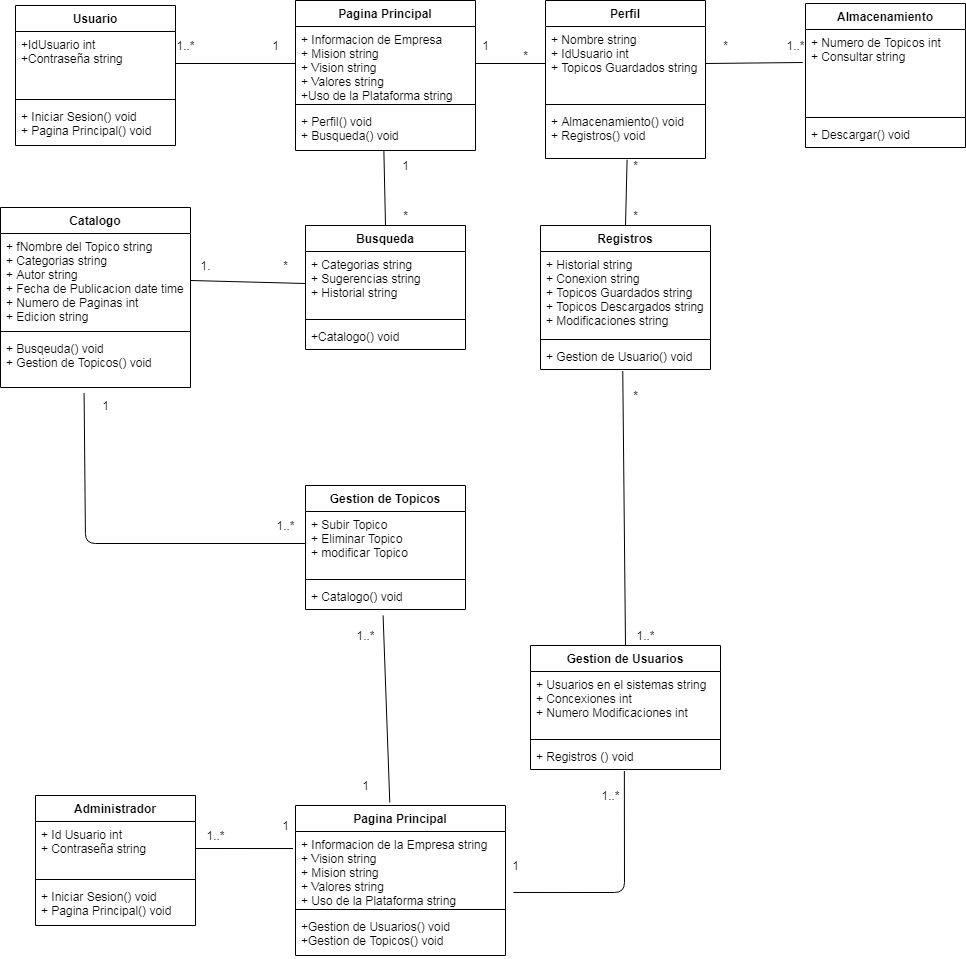
The draw.io diagram Diagramas/D_Clases.drawio.png in GuillermoSoria97/Analisis_Avanzado_de_Software, before a commit. Source tidied: cells renumbered, new cells last; positions are measured from the earlier drawing's top-left corner, leaving out a move shared by most shapes.
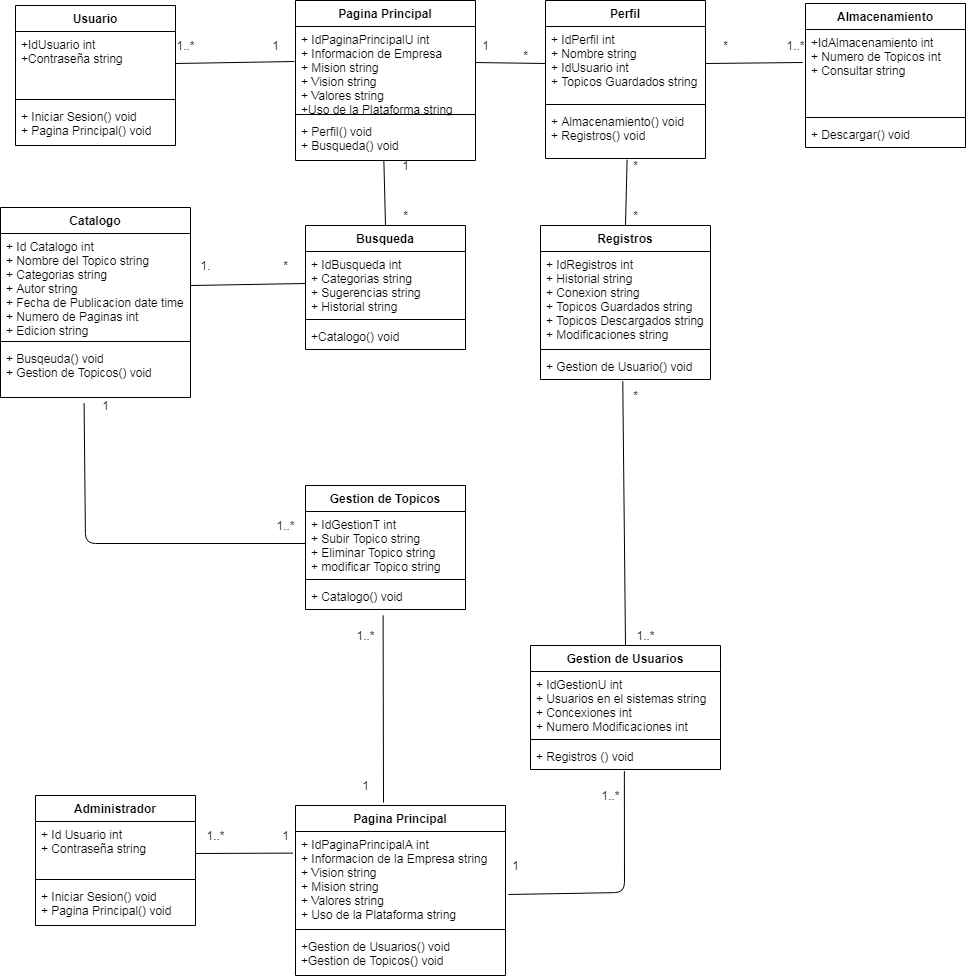
The same diagram one commit later.

Diff of the diagram source:
```diff
@@ -15,21 +15,21 @@
       <mxGeometry y="98" width="160" height="42" as="geometry" />
     </mxCell>
     <mxCell id="6" value="Pagina Principal" style="swimlane;fontStyle=1;align=center;verticalAlign=top;horizontal=1;startSize=26;" parent="1" vertex="1">
-      <mxGeometry x="295" width="180" height="150" as="geometry" />
+      <mxGeometry x="295" width="180" height="160" as="geometry" />
     </mxCell>
-    <mxCell id="7" value="+ Informacion de Empresa&#10;+ Mision string&#10;+ Vision string&#10;+ Valores string&#10;+Uso de la Plataforma string&#10;" style="text;strokeColor=none;fillColor=none;align=left;verticalAlign=top;spacingLeft=4;spacingRight=4;overflow=hidden;points=[[0,0.5],[1,0.5]];portConstraint=eastwest;" parent="6" vertex="1">
-      <mxGeometry y="26" width="180" height="74" as="geometry" />
+    <mxCell id="7" value="+ IdPaginaPrincipalU int&#10;+ Informacion de Empresa&#10;+ Mision string&#10;+ Vision string&#10;+ Valores string&#10;+Uso de la Plataforma string&#10;" style="text;strokeColor=none;fillColor=none;align=left;verticalAlign=top;spacingLeft=4;spacingRight=4;overflow=hidden;points=[[0,0.5],[1,0.5]];portConstraint=eastwest;" parent="6" vertex="1">
+      <mxGeometry y="26" width="180" height="84" as="geometry" />
     </mxCell>
     <mxCell id="8" style="line;strokeWidth=1;fillColor=none;align=left;verticalAlign=middle;spacingTop=-1;spacingLeft=3;spacingRight=3;labelPosition=right;" parent="6" vertex="1">
-      <mxGeometry y="100" width="180" height="8" as="geometry" />
+      <mxGeometry y="110" width="180" height="8" as="geometry" />
     </mxCell>
     <mxCell id="9" value="+ Perfil() void&#10;+ Busqueda() void" style="text;strokeColor=none;fillColor=none;align=left;verticalAlign=top;spacingLeft=4;spacingRight=4;overflow=hidden;points=[[0,0.5],[1,0.5]];portConstraint=eastwest;" parent="6" vertex="1">
-      <mxGeometry y="108" width="180" height="42" as="geometry" />
+      <mxGeometry y="118" width="180" height="42" as="geometry" />
     </mxCell>
     <mxCell id="10" value="Perfil" style="swimlane;fontStyle=1;align=center;verticalAlign=top;horizontal=1;startSize=26;" parent="1" vertex="1">
       <mxGeometry x="545" width="160" height="158" as="geometry" />
     </mxCell>
-    <mxCell id="11" value="+ Nombre string&#10;+ IdUsuario int&#10;+ Topicos Guardados string" style="text;strokeColor=none;fillColor=none;align=left;verticalAlign=top;spacingLeft=4;spacingRight=4;overflow=hidden;points=[[0,0.5],[1,0.5]];portConstraint=eastwest;" parent="10" vertex="1">
+    <mxCell id="11" value="+ IdPerfil int&#10;+ Nombre string&#10;+ IdUsuario int&#10;+ Topicos Guardados string" style="text;strokeColor=none;fillColor=none;align=left;verticalAlign=top;spacingLeft=4;spacingRight=4;overflow=hidden;points=[[0,0.5],[1,0.5]];portConstraint=eastwest;" parent="10" vertex="1">
       <mxGeometry y="26" width="160" height="74" as="geometry" />
     </mxCell>
     <mxCell id="12" style="line;strokeWidth=1;fillColor=none;align=left;verticalAlign=middle;spacingTop=-1;spacingLeft=3;spacingRight=3;labelPosition=right;" parent="10" vertex="1">
@@ -41,7 +41,7 @@
     <mxCell id="14" value="Almacenamiento" style="swimlane;fontStyle=1;align=center;verticalAlign=top;horizontal=1;startSize=26;" parent="1" vertex="1">
       <mxGeometry x="805" y="3" width="160" height="144" as="geometry" />
     </mxCell>
-    <mxCell id="15" value="+ Numero de Topicos int&#10;+ Consultar string&#10;" style="text;strokeColor=none;fillColor=none;align=left;verticalAlign=top;spacingLeft=4;spacingRight=4;overflow=hidden;points=[[0,0.5],[1,0.5]];portConstraint=eastwest;" parent="14" vertex="1">
+    <mxCell id="15" value="+IdAlmacenamiento int&#10;+ Numero de Topicos int&#10;+ Consultar string&#10;" style="text;strokeColor=none;fillColor=none;align=left;verticalAlign=top;spacingLeft=4;spacingRight=4;overflow=hidden;points=[[0,0.5],[1,0.5]];portConstraint=eastwest;" parent="14" vertex="1">
       <mxGeometry y="26" width="160" height="84" as="geometry" />
     </mxCell>
     <mxCell id="16" style="line;strokeWidth=1;fillColor=none;align=left;verticalAlign=middle;spacingTop=-1;spacingLeft=3;spacingRight=3;labelPosition=right;" parent="14" vertex="1">
@@ -51,16 +51,16 @@
       <mxGeometry y="118" width="160" height="26" as="geometry" />
     </mxCell>
     <mxCell id="18" value="Catalogo" style="swimlane;fontStyle=1;align=center;verticalAlign=top;horizontal=1;startSize=26;" parent="1" vertex="1">
-      <mxGeometry y="207" width="190" height="180" as="geometry" />
+      <mxGeometry y="207" width="190" height="190" as="geometry" />
     </mxCell>
-    <mxCell id="19" value="+ fNombre del Topico string&#10;+ Categorias string&#10;+ Autor string&#10;+ Fecha de Publicacion date time&#10;+ Numero de Paginas int&#10;+ Edicion string" style="text;strokeColor=none;fillColor=none;align=left;verticalAlign=top;spacingLeft=4;spacingRight=4;overflow=hidden;points=[[0,0.5],[1,0.5]];portConstraint=eastwest;" parent="18" vertex="1">
-      <mxGeometry y="26" width="190" height="94" as="geometry" />
+    <mxCell id="19" value="+ Id Catalogo int&#10;+ Nombre del Topico string&#10;+ Categorias string&#10;+ Autor string&#10;+ Fecha de Publicacion date time&#10;+ Numero de Paginas int&#10;+ Edicion string" style="text;strokeColor=none;fillColor=none;align=left;verticalAlign=top;spacingLeft=4;spacingRight=4;overflow=hidden;points=[[0,0.5],[1,0.5]];portConstraint=eastwest;" parent="18" vertex="1">
+      <mxGeometry y="26" width="190" height="104" as="geometry" />
     </mxCell>
     <mxCell id="20" style="line;strokeWidth=1;fillColor=none;align=left;verticalAlign=middle;spacingTop=-1;spacingLeft=3;spacingRight=3;labelPosition=right;" parent="18" vertex="1">
-      <mxGeometry y="120" width="190" height="8" as="geometry" />
+      <mxGeometry y="130" width="190" height="8" as="geometry" />
     </mxCell>
     <mxCell id="21" value="+ Busqeuda() void&#10;+ Gestion de Topicos() void" style="text;strokeColor=none;fillColor=none;align=left;verticalAlign=top;spacingLeft=4;spacingRight=4;overflow=hidden;points=[[0,0.5],[1,0.5]];portConstraint=eastwest;" parent="18" vertex="1">
-      <mxGeometry y="128" width="190" height="52" as="geometry" />
+      <mxGeometry y="138" width="190" height="52" as="geometry" />
     </mxCell>
     <mxCell id="22" value="Administrador" style="swimlane;fontStyle=1;align=center;verticalAlign=top;horizontal=1;startSize=26;" parent="1" vertex="1">
       <mxGeometry x="35" y="795" width="160" height="130" as="geometry" />
@@ -77,7 +77,7 @@
     <mxCell id="26" value="Busqueda" style="swimlane;fontStyle=1;align=center;verticalAlign=top;horizontal=1;startSize=26;" parent="1" vertex="1">
       <mxGeometry x="305" y="225" width="160" height="124" as="geometry" />
     </mxCell>
-    <mxCell id="27" value="+ Categorias string&#10;+ Sugerencias string&#10;+ Historial string" style="text;strokeColor=none;fillColor=none;align=left;verticalAlign=top;spacingLeft=4;spacingRight=4;overflow=hidden;points=[[0,0.5],[1,0.5]];portConstraint=eastwest;" parent="26" vertex="1">
+    <mxCell id="27" value="+ IdBusqueda int&#10;+ Categorias string&#10;+ Sugerencias string&#10;+ Historial string" style="text;strokeColor=none;fillColor=none;align=left;verticalAlign=top;spacingLeft=4;spacingRight=4;overflow=hidden;points=[[0,0.5],[1,0.5]];portConstraint=eastwest;" parent="26" vertex="1">
       <mxGeometry y="26" width="160" height="64" as="geometry" />
     </mxCell>
     <mxCell id="28" style="line;strokeWidth=1;fillColor=none;align=left;verticalAlign=middle;spacingTop=-1;spacingLeft=3;spacingRight=3;labelPosition=right;" parent="26" vertex="1">
@@ -87,33 +87,33 @@
       <mxGeometry y="98" width="160" height="26" as="geometry" />
     </mxCell>
     <mxCell id="30" value="Registros" style="swimlane;fontStyle=1;align=center;verticalAlign=top;horizontal=1;startSize=26;" parent="1" vertex="1">
-      <mxGeometry x="540" y="225" width="170" height="144" as="geometry" />
+      <mxGeometry x="540" y="225" width="170" height="154" as="geometry" />
     </mxCell>
-    <mxCell id="31" value="+ Historial string&#10;+ Conexion string&#10;+ Topicos Guardados string&#10;+ Topicos Descargados string&#10;+ Modificaciones string" style="text;strokeColor=none;fillColor=none;align=left;verticalAlign=top;spacingLeft=4;spacingRight=4;overflow=hidden;" parent="30" vertex="1">
-      <mxGeometry y="26" width="170" height="84" as="geometry" />
+    <mxCell id="31" value="+ IdRegistros int&#10;+ Historial string&#10;+ Conexion string&#10;+ Topicos Guardados string&#10;+ Topicos Descargados string&#10;+ Modificaciones string" style="text;strokeColor=none;fillColor=none;align=left;verticalAlign=top;spacingLeft=4;spacingRight=4;overflow=hidden;" parent="30" vertex="1">
+      <mxGeometry y="26" width="170" height="94" as="geometry" />
     </mxCell>
     <mxCell id="32" style="line;strokeWidth=1;fillColor=none;align=left;verticalAlign=middle;spacingTop=-1;spacingLeft=3;spacingRight=3;labelPosition=right;" parent="30" vertex="1">
-      <mxGeometry y="110" width="170" height="8" as="geometry" />
+      <mxGeometry y="120" width="170" height="8" as="geometry" />
     </mxCell>
     <mxCell id="33" value="+ Gestion de Usuario() void" style="text;strokeColor=none;fillColor=none;align=left;verticalAlign=top;spacingLeft=4;spacingRight=4;overflow=hidden;points=[[0,0.5],[1,0.5]];portConstraint=eastwest;" parent="30" vertex="1">
-      <mxGeometry y="118" width="170" height="26" as="geometry" />
+      <mxGeometry y="128" width="170" height="26" as="geometry" />
     </mxCell>
     <mxCell id="34" value="Pagina Principal" style="swimlane;fontStyle=1;align=center;verticalAlign=top;horizontal=1;startSize=26;" parent="1" vertex="1">
-      <mxGeometry x="295" y="805" width="210" height="150" as="geometry" />
+      <mxGeometry x="295" y="805" width="210" height="170" as="geometry" />
     </mxCell>
-    <mxCell id="35" value="+ Informacion de la Empresa string&#10;+ Vision string&#10;+ Mision string&#10;+ Valores string&#10;+ Uso de la Plataforma string" style="text;strokeColor=none;fillColor=none;align=left;verticalAlign=top;spacingLeft=4;spacingRight=4;overflow=hidden;points=[[0,0.5],[1,0.5]];portConstraint=eastwest;" parent="34" vertex="1">
-      <mxGeometry y="26" width="210" height="74" as="geometry" />
+    <mxCell id="35" value="+ IdPaginaPrincipalA int&#10;+ Informacion de la Empresa string&#10;+ Vision string&#10;+ Mision string&#10;+ Valores string&#10;+ Uso de la Plataforma string" style="text;strokeColor=none;fillColor=none;align=left;verticalAlign=top;spacingLeft=4;spacingRight=4;overflow=hidden;points=[[0,0.5],[1,0.5]];portConstraint=eastwest;" parent="34" vertex="1">
+      <mxGeometry y="26" width="210" height="94" as="geometry" />
     </mxCell>
     <mxCell id="36" style="line;strokeWidth=1;fillColor=none;align=left;verticalAlign=middle;spacingTop=-1;spacingLeft=3;spacingRight=3;labelPosition=right;" parent="34" vertex="1">
-      <mxGeometry y="100" width="210" height="8" as="geometry" />
+      <mxGeometry y="120" width="210" height="8" as="geometry" />
     </mxCell>
     <mxCell id="37" value="+Gestion de Usuarios() void&#10;+Gestion de Topicos() void" style="text;strokeColor=none;fillColor=none;align=left;verticalAlign=top;spacingLeft=4;spacingRight=4;overflow=hidden;" parent="34" vertex="1">
-      <mxGeometry y="108" width="210" height="42" as="geometry" />
+      <mxGeometry y="128" width="210" height="42" as="geometry" />
     </mxCell>
     <mxCell id="38" value="Gestion de Usuarios" style="swimlane;fontStyle=1;align=center;verticalAlign=top;horizontal=1;startSize=26;" parent="1" vertex="1">
       <mxGeometry x="530" y="645" width="190" height="124" as="geometry" />
     </mxCell>
-    <mxCell id="39" value="+ Usuarios en el sistemas string&#10;+ Concexiones int&#10;+ Numero Modificaciones int" style="text;strokeColor=none;fillColor=none;align=left;verticalAlign=top;spacingLeft=4;spacingRight=4;overflow=hidden;" parent="38" vertex="1">
+    <mxCell id="39" value="+ IdGestionU int&#10;+ Usuarios en el sistemas string&#10;+ Concexiones int&#10;+ Numero Modificaciones int" style="text;strokeColor=none;fillColor=none;align=left;verticalAlign=top;spacingLeft=4;spacingRight=4;overflow=hidden;" parent="38" vertex="1">
       <mxGeometry y="26" width="190" height="64" as="geometry" />
     </mxCell>
     <mxCell id="40" style="line;strokeWidth=1;fillColor=none;align=left;verticalAlign=middle;spacingTop=-1;spacingLeft=3;spacingRight=3;labelPosition=right;" parent="38" vertex="1">
@@ -125,7 +125,7 @@
     <mxCell id="42" value="Gestion de Topicos" style="swimlane;fontStyle=1;align=center;verticalAlign=top;horizontal=1;startSize=26;" parent="1" vertex="1">
       <mxGeometry x="305" y="485" width="160" height="124" as="geometry" />
     </mxCell>
-    <mxCell id="43" value="+ Subir Topico&#10;+ Eliminar Topico&#10;+ modificar Topico" style="text;strokeColor=none;fillColor=none;align=left;verticalAlign=top;spacingLeft=4;spacingRight=4;overflow=hidden;points=[[0,0.5],[1,0.5]];portConstraint=eastwest;" parent="42" vertex="1">
+    <mxCell id="43" value="+ IdGestionT int&#10;+ Subir Topico string&#10;+ Eliminar Topico string&#10;+ modificar Topico string" style="text;strokeColor=none;fillColor=none;align=left;verticalAlign=top;spacingLeft=4;spacingRight=4;overflow=hidden;points=[[0,0.5],[1,0.5]];portConstraint=eastwest;" parent="42" vertex="1">
       <mxGeometry y="26" width="160" height="64" as="geometry" />
     </mxCell>
     <mxCell id="44" style="line;strokeWidth=1;fillColor=none;align=left;verticalAlign=middle;spacingTop=-1;spacingLeft=3;spacingRight=3;labelPosition=right;" parent="42" vertex="1">
@@ -134,13 +134,13 @@
     <mxCell id="45" value="+ Catalogo() void" style="text;strokeColor=none;fillColor=none;align=left;verticalAlign=top;spacingLeft=4;spacingRight=4;overflow=hidden;points=[[0,0.5],[1,0.5]];portConstraint=eastwest;" parent="42" vertex="1">
       <mxGeometry y="98" width="160" height="26" as="geometry" />
     </mxCell>
-    <mxCell id="46" style="endArrow=none;html=1;exitX=1;exitY=0.5;exitDx=0;exitDy=0;entryX=0;entryY=0.5;entryDx=0;entryDy=0;" parent="1" edge="1" source="3" target="7">
+    <mxCell id="46" style="endArrow=none;html=1;exitX=1;exitY=0.5;exitDx=0;exitDy=0;entryX=-0.006;entryY=0.417;entryDx=0;entryDy=0;entryPerimeter=0;" parent="1" edge="1" source="3" target="7">
       <mxGeometry relative="1" as="geometry" />
     </mxCell>
     <mxCell id="47" style="endArrow=none;html=1;entryX=0.491;entryY=1.014;entryDx=0;entryDy=0;entryPerimeter=0;exitX=0.5;exitY=0;exitDx=0;exitDy=0;" parent="1" edge="1" source="26" target="9">
       <mxGeometry relative="1" as="geometry" />
     </mxCell>
-    <mxCell id="48" style="endArrow=none;html=1;exitX=0;exitY=0.5;exitDx=0;exitDy=0;entryX=1;entryY=0.5;entryDx=0;entryDy=0;" parent="1" edge="1" source="11" target="7">
+    <mxCell id="48" style="endArrow=none;html=1;exitX=0;exitY=0.5;exitDx=0;exitDy=0;entryX=1;entryY=0.429;entryDx=0;entryDy=0;entryPerimeter=0;" parent="1" edge="1" source="11" target="7">
       <mxGeometry relative="1" as="geometry" />
     </mxCell>
     <mxCell id="49" style="endArrow=none;html=1;entryX=0.51;entryY=1.023;entryDx=0;entryDy=0;entryPerimeter=0;exitX=0.5;exitY=0;exitDx=0;exitDy=0;" parent="1" edge="1" source="30" target="13">
@@ -152,8 +152,10 @@
     <mxCell id="51" style="endArrow=none;html=1;exitX=0.484;exitY=1.06;exitDx=0;exitDy=0;exitPerimeter=0;entryX=0.5;entryY=0;entryDx=0;entryDy=0;" parent="1" edge="1" source="33" target="38">
       <mxGeometry relative="1" as="geometry" />
     </mxCell>
-    <mxCell id="52" style="endArrow=none;html=1;exitX=1;exitY=0.5;exitDx=0;exitDy=0;entryX=-0.012;entryY=0.23;entryDx=0;entryDy=0;entryPerimeter=0;" parent="1" edge="1" source="23" target="35">
-      <mxGeometry relative="1" as="geometry" />
+    <mxCell id="52" style="endArrow=none;html=1;entryX=-0.012;entryY=0.23;entryDx=0;entryDy=0;entryPerimeter=0;" parent="1" edge="1" target="35">
+      <mxGeometry relative="1" as="geometry">
+        <mxPoint x="195" y="853" as="sourcePoint" />
+      </mxGeometry>
     </mxCell>
     <mxCell id="53" style="endArrow=none;html=1;entryX=0.44;entryY=1.107;entryDx=0;entryDy=0;entryPerimeter=0;exitX=0;exitY=0.5;exitDx=0;exitDy=0;" parent="1" edge="1" source="43" target="21">
       <mxGeometry relative="1" as="geometry">
@@ -165,15 +167,17 @@
     <mxCell id="54" style="endArrow=none;html=1;entryX=0;entryY=0.5;entryDx=0;entryDy=0;exitX=1;exitY=0.5;exitDx=0;exitDy=0;" parent="1" edge="1" source="19" target="27">
       <mxGeometry relative="1" as="geometry" />
     </mxCell>
-    <mxCell id="55" style="endArrow=none;html=1;exitX=1.038;exitY=0.824;exitDx=0;exitDy=0;exitPerimeter=0;entryX=0.494;entryY=1.06;entryDx=0;entryDy=0;entryPerimeter=0;" parent="1" edge="1" source="35" target="41">
+    <mxCell id="55" style="endArrow=none;html=1;exitX=1.014;exitY=0.67;exitDx=0;exitDy=0;exitPerimeter=0;entryX=0.494;entryY=1.06;entryDx=0;entryDy=0;entryPerimeter=0;" parent="1" edge="1" source="35" target="41">
       <mxGeometry relative="1" as="geometry">
         <Array as="points">
           <mxPoint x="624" y="892" />
         </Array>
       </mxGeometry>
     </mxCell>
-    <mxCell id="56" style="endArrow=none;html=1;entryX=0.485;entryY=1.225;entryDx=0;entryDy=0;entryPerimeter=0;exitX=0.449;exitY=-0.02;exitDx=0;exitDy=0;exitPerimeter=0;" parent="1" edge="1" source="34" target="45">
-      <mxGeometry relative="1" as="geometry" />
+    <mxCell id="56" style="endArrow=none;html=1;entryX=0.485;entryY=1.225;entryDx=0;entryDy=0;entryPerimeter=0;" parent="1" edge="1" target="45">
+      <mxGeometry relative="1" as="geometry">
+        <mxPoint x="383" y="802" as="sourcePoint" />
+      </mxGeometry>
     </mxCell>
     <mxCell id="57" value="1" style="text;html=1;align=center;verticalAlign=middle;" parent="1" vertex="1">
       <mxGeometry x="265" y="35" width="20" height="20" as="geometry" />
@@ -227,7 +231,7 @@
       <mxGeometry x="200" y="825" width="30" height="20" as="geometry" />
     </mxCell>
     <mxCell id="74" value="1" style="text;html=1;align=center;verticalAlign=middle;" parent="1" vertex="1">
-      <mxGeometry x="275" y="815" width="20" height="20" as="geometry" />
+      <mxGeometry x="275" y="825" width="20" height="20" as="geometry" />
     </mxCell>
     <mxCell id="75" value="1" style="text;html=1;align=center;verticalAlign=middle;" parent="1" vertex="1">
       <mxGeometry x="355" y="775" width="20" height="20" as="geometry" />
```
